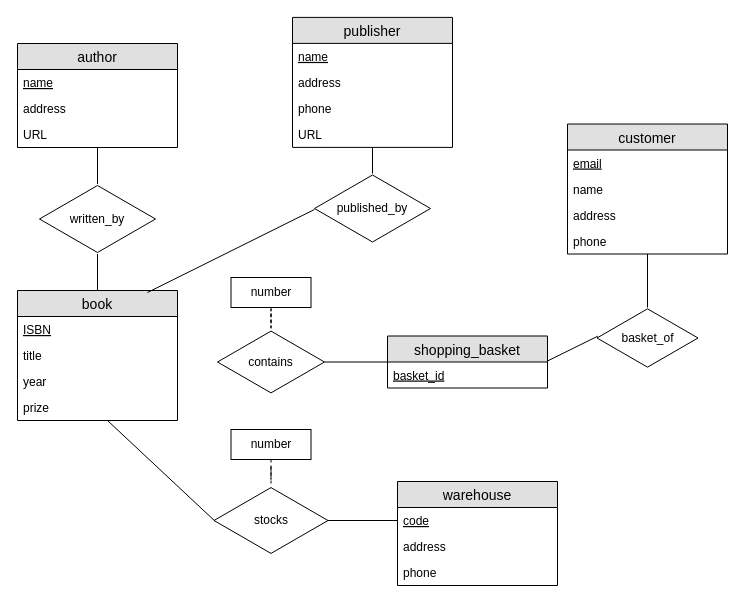
Above: page "Page-2" (2 of 4) of Untitled Diagram.drawio in RomolaZhang/Databases (draw.io), before the change. Source tidied: cells renumbered, new cells numbered last; positions are measured from the earlier drawing's top-left corner, leaving out a move shared by most shapes. Both pictures are drawn from the tidied source at 100%, with x=0, y=0 at pixel (17, 17).
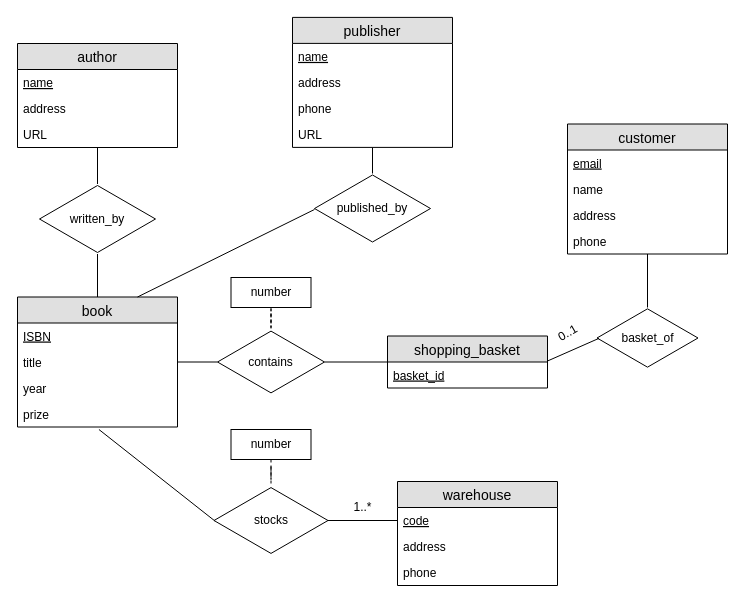
After the change.

Unchanged cells that the change refers to:
```xml
<mxCell id="16" value="title" style="text;strokeColor=none;fillColor=none;spacingLeft=4;spacingRight=4;overflow=hidden;points=[[0,0.5],[1,0.5]];portConstraint=eastwest;fontSize=12;" parent="14" vertex="1">
  <mxGeometry y="52" width="160" height="26" as="geometry" />
</mxCell>
<mxCell id="18" value="prize" style="text;strokeColor=none;fillColor=none;spacingLeft=4;spacingRight=4;overflow=hidden;points=[[0,0.5],[1,0.5]];portConstraint=eastwest;fontSize=12;" parent="14" vertex="1">
  <mxGeometry y="104" width="160" height="26" as="geometry" />
</mxCell>
<mxCell id="33" value="published_by" style="html=1;whiteSpace=wrap;shape=isoRectangle;" parent="1" vertex="1">
  <mxGeometry x="297" y="156" width="116" height="70" as="geometry" />
</mxCell>
<mxCell id="34" value="basket_of" style="html=1;whiteSpace=wrap;shape=isoRectangle;" parent="1" vertex="1">
  <mxGeometry x="579.5" y="290" width="101" height="61" as="geometry" />
</mxCell>
<mxCell id="35" value="contains" style="html=1;whiteSpace=wrap;shape=isoRectangle;" parent="1" vertex="1">
  <mxGeometry x="200" y="312" width="107" height="65" as="geometry" />
</mxCell>
<mxCell id="37" value="stocks" style="html=1;whiteSpace=wrap;shape=isoRectangle;" parent="1" vertex="1">
  <mxGeometry x="196.5" y="468.5" width="114" height="69" as="geometry" />
</mxCell>
```

The edit, as a diff of the source:
```diff
@@
     <mxCell id="14" value="book" style="swimlane;fontStyle=0;horizontal=1;startSize=26;fillColor=#e0e0e0;swimlaneFillColor=#ffffff;align=center;fontSize=14;strokeColor=#000000;strokeWidth=1;" parent="1" vertex="1">
-      <mxGeometry y="273" width="160" height="130" as="geometry" />
+      <mxGeometry y="279.5" width="160" height="130" as="geometry" />
     </mxCell>
@@
+    <mxCell id="45" style="edgeStyle=orthogonalEdgeStyle;rounded=0;jettySize=auto;html=1;endArrow=none;endFill=0;" parent="1" edge="1" source="35" target="16">
+      <mxGeometry relative="1" as="geometry" />
+    </mxCell>
@@
-    <mxCell id="42" style="endArrow=none;html=1;entryX=0;entryY=0.514;entryDx=0;entryDy=0;entryPerimeter=0;" parent="1" edge="1" target="33">
-      <mxGeometry relative="1" as="geometry">
-        <mxPoint x="130" y="275" as="sourcePoint" />
-      </mxGeometry>
+    <mxCell id="42" style="endArrow=none;html=1;entryX=0;entryY=0.514;entryDx=0;entryDy=0;entryPerimeter=0;exitX=0.75;exitY=0;exitDx=0;exitDy=0;" parent="1" edge="1" source="14" target="33">
+      <mxGeometry relative="1" as="geometry" />
     </mxCell>
-    <mxCell id="43" style="endArrow=none;html=1;exitX=0.004;exitY=0.502;exitDx=0;exitDy=0;exitPerimeter=0;" parent="1" edge="1" source="37">
-      <mxGeometry relative="1" as="geometry">
-        <mxPoint x="90" y="403" as="targetPoint" />
-      </mxGeometry>
+    <mxCell id="43" style="endArrow=none;html=1;exitX=0.004;exitY=0.502;exitDx=0;exitDy=0;exitPerimeter=0;entryX=0.509;entryY=1.096;entryDx=0;entryDy=0;entryPerimeter=0;" parent="1" edge="1" source="37" target="18">
+      <mxGeometry relative="1" as="geometry" />
     </mxCell>
-    <mxCell id="44" style="endArrow=none;html=1;entryX=0.008;entryY=0.47;entryDx=0;entryDy=0;entryPerimeter=0;" parent="1" edge="1" target="34">
+    <mxCell id="44" style="endArrow=none;html=1;entryX=0.019;entryY=0.506;entryDx=0;entryDy=0;entryPerimeter=0;" parent="1" edge="1" target="34">
       <mxGeometry relative="1" as="geometry">
         <mxPoint x="530" y="343.5" as="sourcePoint" />
       </mxGeometry>
     </mxCell>
+    <mxCell id="46" value="0..1" style="text;html=1;align=center;verticalAlign=middle;fillColor=none;strokeColor=none;rounded=0;rotation=-30;" parent="1" vertex="1">
+      <mxGeometry x="530" y="305.5" width="40" height="20" as="geometry" />
+    </mxCell>
+    <mxCell id="47" value="1..*" style="text;html=1;align=center;verticalAlign=middle;fillColor=none;strokeColor=none;rounded=0;" parent="1" vertex="1">
+      <mxGeometry x="330" y="480" width="30" height="20" as="geometry" />
+    </mxCell>
```
